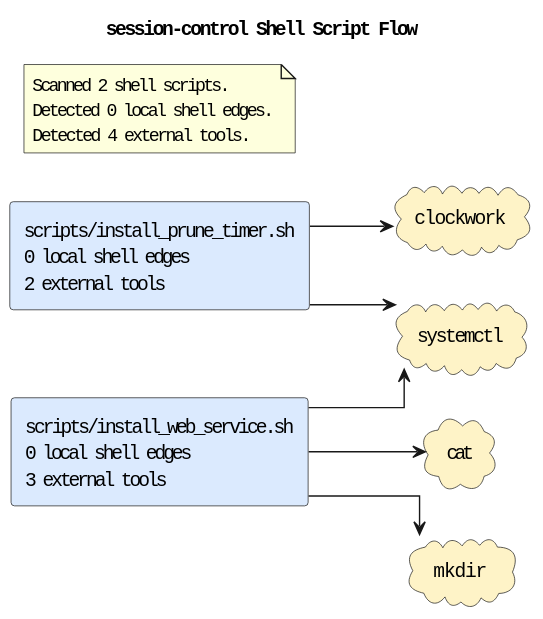
casonk/session-control keeps this PlantUML diagram as docs/diagrams/shell-call-graph.puml.svg. Above is the earlier version.
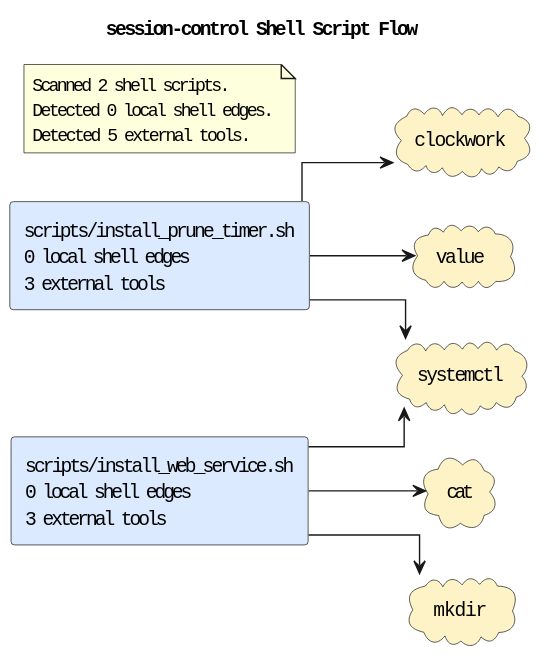
After the commit.

What changed in the source:
```diff
@@ -5,20 +5,22 @@
 skinparam defaultFontName Monospace
 skinparam componentStyle rectangle
 skinparam linetype ortho
-rectangle "scripts/install_prune_timer.sh\n0 local shell edges\n2 external tools" as shell_scripts_install_prune_timer_sh #DBEAFE
+rectangle "scripts/install_prune_timer.sh\n0 local shell edges\n3 external tools" as shell_scripts_install_prune_timer_sh #DBEAFE
 rectangle "scripts/install_web_service.sh\n0 local shell edges\n3 external tools" as shell_scripts_install_web_service_sh #DBEAFE
 cloud "cat" as tool_cat #FEF3C7
 cloud "clockwork" as tool_clockwork #FEF3C7
 cloud "mkdir" as tool_mkdir #FEF3C7
 cloud "systemctl" as tool_systemctl #FEF3C7
+cloud "value" as tool_value #FEF3C7
 shell_scripts_install_prune_timer_sh --> tool_clockwork
 shell_scripts_install_prune_timer_sh --> tool_systemctl
+shell_scripts_install_prune_timer_sh --> tool_value
 shell_scripts_install_web_service_sh --> tool_cat
 shell_scripts_install_web_service_sh --> tool_mkdir
 shell_scripts_install_web_service_sh --> tool_systemctl
 note as shellGraphSummary
 Scanned 2 shell scripts.
 Detected 0 local shell edges.
-Detected 4 external tools.
+Detected 5 external tools.
 end note
 @enduml
```
